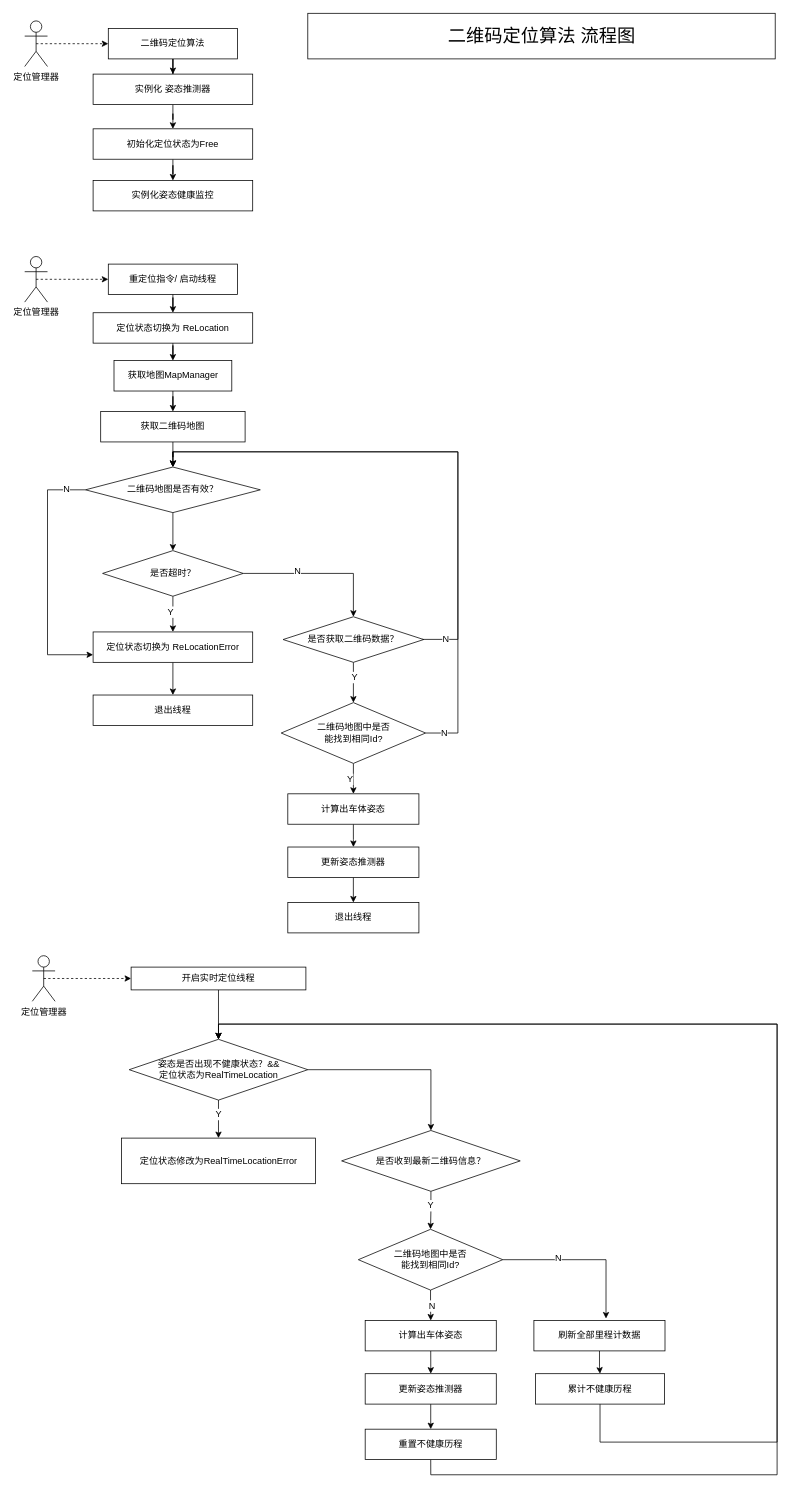
sdu-rjy/doc keeps this draw.io diagram as page "二维码" (4 of 7) of 建图定位调用.drawio. Above is the earlier version. Source tidied: cells renumbered, new cells numbered last; positions are measured from the earlier drawing's top-left corner, leaving out a move shared by most shapes. Both pictures are drawn from the tidied source at 76%, with x=0, y=0 at pixel (24, 13).
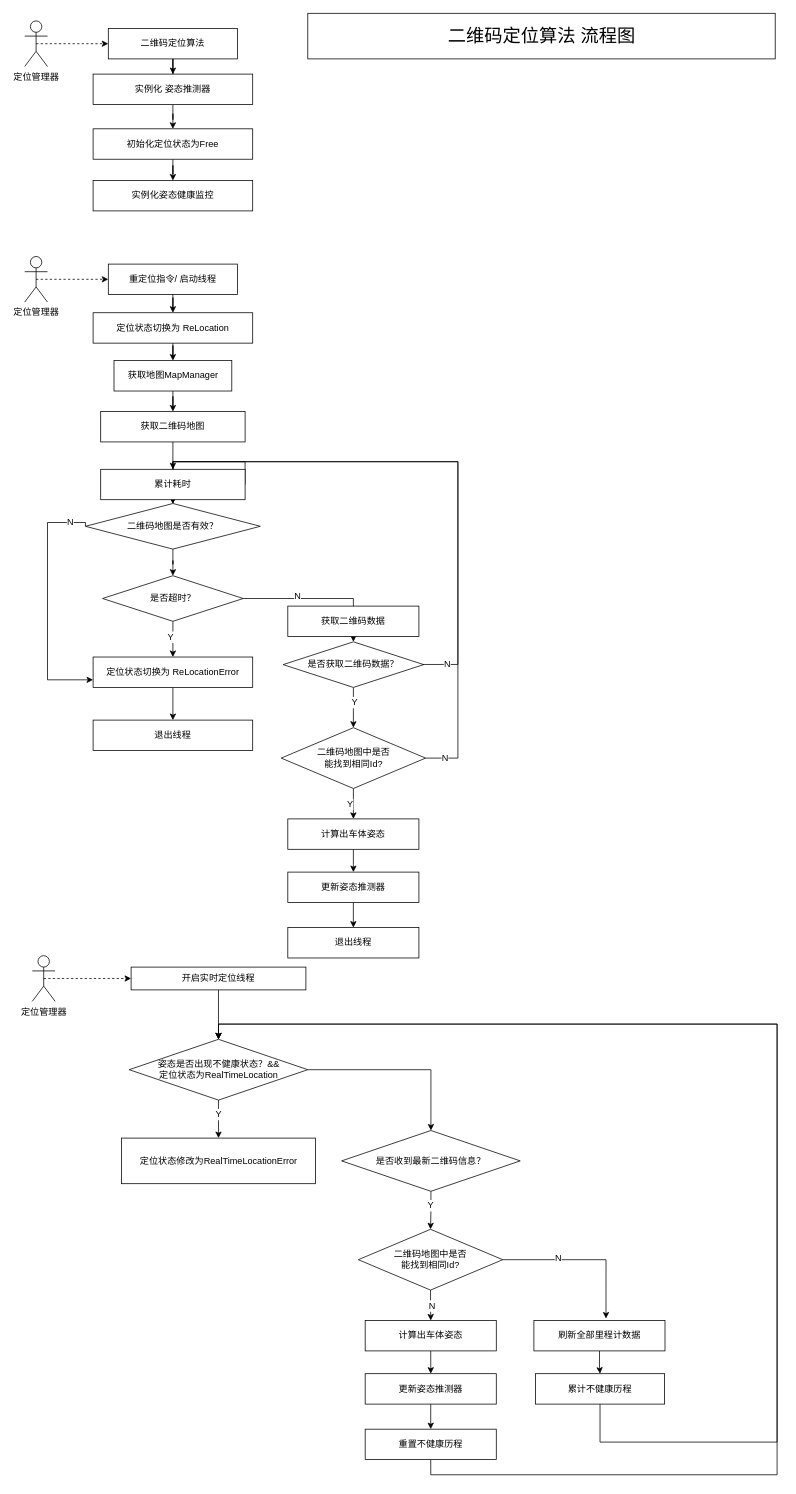
The same page after the edit.

Change to the diagram source:
```diff
@@
     <mxCell id="19" style="edgeStyle=orthogonalEdgeStyle;rounded=0;jettySize=auto;html=1;exitX=0;exitY=0.5;exitDx=0;exitDy=0;entryX=0;entryY=0.75;entryDx=0;entryDy=0;fontFamily=Helvetica;fontSize=12;fontColor=default;" parent="1" edge="1" source="21" target="28">
       <mxGeometry relative="1" as="geometry">
         <Array as="points">
-          <mxPoint x="30" y="627" />
-          <mxPoint x="30" y="844" />
+          <mxPoint x="80" y="670" />
+          <mxPoint x="30" y="670" />
+          <mxPoint x="30" y="877" />
         </Array>
       </mxGeometry>
     </mxCell>
@@
     <mxCell id="21" value="二维码地图是否有效？" style="rhombus;whiteSpace=wrap;html=1;rounded=0;" parent="1" vertex="1">
-      <mxGeometry x="80" y="597" width="230" height="60" as="geometry" />
+      <mxGeometry x="80" y="645" width="230" height="60" as="geometry" />
     </mxCell>
@@
     <mxCell id="26" value="是否超时？" style="rhombus;whiteSpace=wrap;html=1;rounded=0;" parent="1" vertex="1">
-      <mxGeometry x="102.5" y="707" width="185" height="60" as="geometry" />
+      <mxGeometry x="102.5" y="740" width="185" height="60" as="geometry" />
     </mxCell>
@@
     <mxCell id="28" value="&lt;div&gt;定位状态切换为&amp;nbsp;&lt;span style=&quot;background-color: transparent; color: light-dark(rgb(0, 0, 0), rgb(255, 255, 255));&quot;&gt;ReLocationError&lt;/span&gt;&lt;/div&gt;" style="whiteSpace=wrap;html=1;rounded=0;" parent="1" vertex="1">
-      <mxGeometry x="90" y="814" width="210" height="40" as="geometry" />
+      <mxGeometry x="90" y="847" width="210" height="40" as="geometry" />
     </mxCell>
     <mxCell id="29" value="退出线程" style="whiteSpace=wrap;html=1;rounded=0;" parent="1" vertex="1">
-      <mxGeometry x="90" y="897" width="210" height="40" as="geometry" />
+      <mxGeometry x="90" y="930" width="210" height="40" as="geometry" />
     </mxCell>
@@
     <mxCell id="32" style="edgeStyle=orthogonalEdgeStyle;rounded=0;jettySize=auto;html=1;entryX=0.5;entryY=0;entryDx=0;entryDy=0;fontFamily=Helvetica;fontSize=12;fontColor=default;exitX=0.988;exitY=0.497;exitDx=0;exitDy=0;exitPerimeter=0;" parent="1" edge="1" source="34" target="21">
       <mxGeometry relative="1" as="geometry">
         <Array as="points">
-          <mxPoint x="570" y="824" />
-          <mxPoint x="570" y="577" />
-          <mxPoint x="195" y="577" />
+          <mxPoint x="570" y="857" />
+          <mxPoint x="570" y="590" />
+          <mxPoint x="195" y="590" />
         </Array>
       </mxGeometry>
     </mxCell>
@@
     <mxCell id="34" value="是否获取二维码数据？" style="rhombus;whiteSpace=wrap;html=1;rounded=0;" parent="1" vertex="1">
-      <mxGeometry x="340" y="794" width="185" height="60" as="geometry" />
+      <mxGeometry x="340" y="827" width="185" height="60" as="geometry" />
     </mxCell>
@@
-    <mxCell id="37" style="edgeStyle=orthogonalEdgeStyle;rounded=0;jettySize=auto;html=1;exitX=1;exitY=0.5;exitDx=0;exitDy=0;entryX=0.5;entryY=0;entryDx=0;entryDy=0;fontFamily=Helvetica;fontSize=12;fontColor=default;" parent="1" edge="1" source="39" target="21">
+    <mxCell id="37" style="edgeStyle=orthogonalEdgeStyle;rounded=0;jettySize=auto;html=1;exitX=1;exitY=0.5;exitDx=0;exitDy=0;entryX=0.5;entryY=0;entryDx=0;entryDy=0;fontFamily=Helvetica;fontSize=12;fontColor=default;" parent="1" edge="1" source="77" target="21">
       <mxGeometry relative="1" as="geometry">
         <Array as="points">
-          <mxPoint x="570" y="947" />
-          <mxPoint x="570" y="577" />
-          <mxPoint x="195" y="577" />
+          <mxPoint x="195" y="590" />
         </Array>
       </mxGeometry>
     </mxCell>
-    <mxCell id="38" value="N" style="edgeLabel;html=1;align=center;verticalAlign=middle;rounded=0;strokeColor=default;fontFamily=Helvetica;fontSize=12;fontColor=default;fillColor=default;" parent="37" vertex="1">
-      <mxGeometry x="-0.94" y="1" relative="1" as="geometry" />
-    </mxCell>
     <mxCell id="39" value="二维码地图中是否&lt;div&gt;能找到相同Id?&lt;/div&gt;" style="rhombus;whiteSpace=wrap;html=1;rounded=0;" parent="1" vertex="1">
-      <mxGeometry x="337.5" y="907" width="190" height="80" as="geometry" />
+      <mxGeometry x="337.5" y="940" width="190" height="80" as="geometry" />
     </mxCell>
@@
     <mxCell id="41" value="计算出车体姿态" style="whiteSpace=wrap;html=1;rounded=0;" parent="1" vertex="1">
-      <mxGeometry x="346.2" y="1027" width="172.5" height="40" as="geometry" />
+      <mxGeometry x="346.2" y="1060" width="172.5" height="40" as="geometry" />
     </mxCell>
@@
     <mxCell id="43" value="更新姿态推测器" style="whiteSpace=wrap;html=1;rounded=0;" parent="1" vertex="1">
-      <mxGeometry x="346.2" y="1097" width="172.5" height="40" as="geometry" />
+      <mxGeometry x="346.2" y="1130" width="172.5" height="40" as="geometry" />
     </mxCell>
@@
     <mxCell id="47" value="退出线程" style="whiteSpace=wrap;html=1;rounded=0;" parent="1" vertex="1">
-      <mxGeometry x="346.2" y="1170" width="172.5" height="40" as="geometry" />
+      <mxGeometry x="346.2" y="1203" width="172.5" height="40" as="geometry" />
     </mxCell>
@@
+    <mxCell id="76" style="edgeStyle=orthogonalEdgeStyle;rounded=0;jettySize=auto;html=1;exitX=1;exitY=0.5;exitDx=0;exitDy=0;entryX=0.5;entryY=0;entryDx=0;entryDy=0;fontFamily=Helvetica;fontSize=12;fontColor=default;" parent="1" edge="1" source="39" target="77">
+      <mxGeometry relative="1" as="geometry">
+        <Array as="points">
+          <mxPoint x="570" y="980" />
+          <mxPoint x="570" y="590" />
+        </Array>
+      </mxGeometry>
+    </mxCell>
+    <mxCell id="38" value="N" style="edgeLabel;html=1;align=center;verticalAlign=middle;rounded=0;strokeColor=default;fontFamily=Helvetica;fontSize=12;fontColor=default;fillColor=default;" parent="76" vertex="1">
+      <mxGeometry x="-0.94" y="1" relative="1" as="geometry" />
+    </mxCell>
+    <mxCell id="77" value="累计耗时" style="whiteSpace=wrap;html=1;rounded=0;" parent="1" vertex="1">
+      <mxGeometry x="100" y="600" width="190" height="40" as="geometry" />
+    </mxCell>
+    <mxCell id="78" value="获取二维码数据" style="whiteSpace=wrap;html=1;rounded=0;" parent="1" vertex="1">
+      <mxGeometry x="346.2" y="780" width="172.5" height="40" as="geometry" />
+    </mxCell>
```
